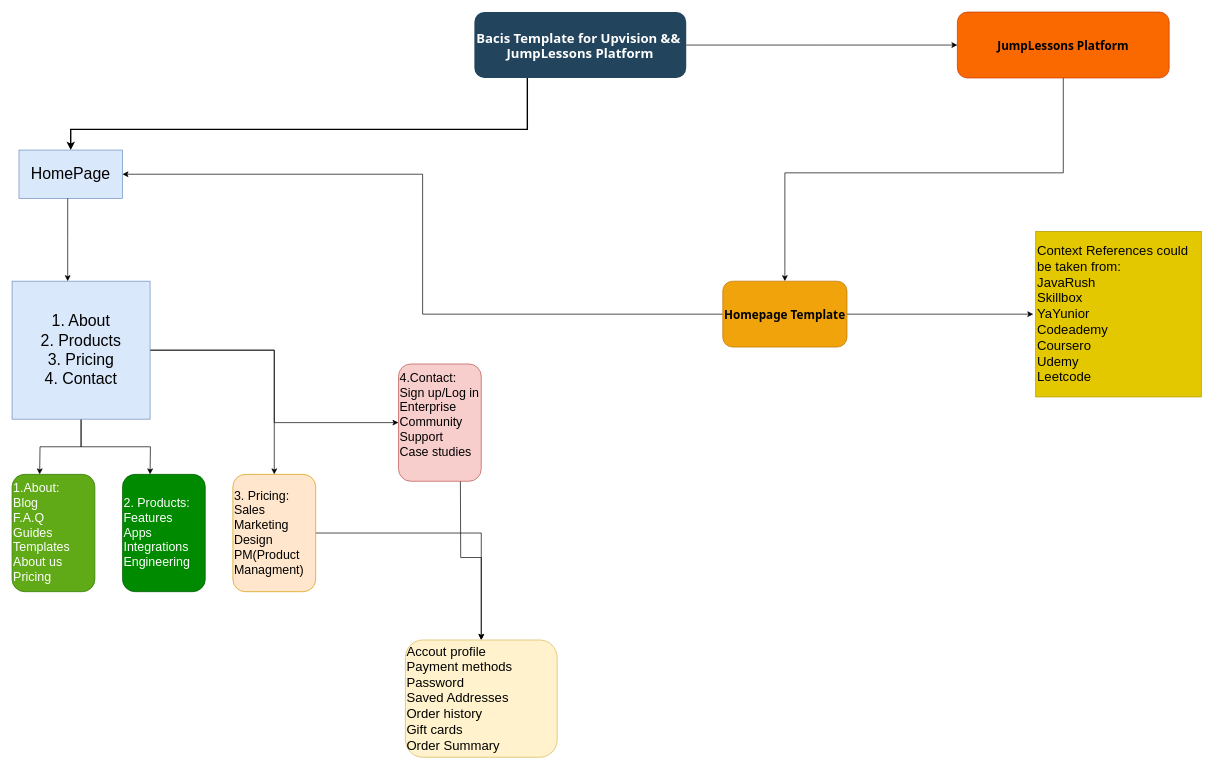
This is Диаграмма без названия.drawio from ShangdiDeHuahey/nevermore, a draw.io file, before an edit. Source tidied: cells renumbered, new cells numbered last; positions are measured from the earlier drawing's top-left corner, leaving out a move shared by most shapes. Both pictures are drawn from the tidied source at 69%, with x=0, y=0 at pixel (12, 12).
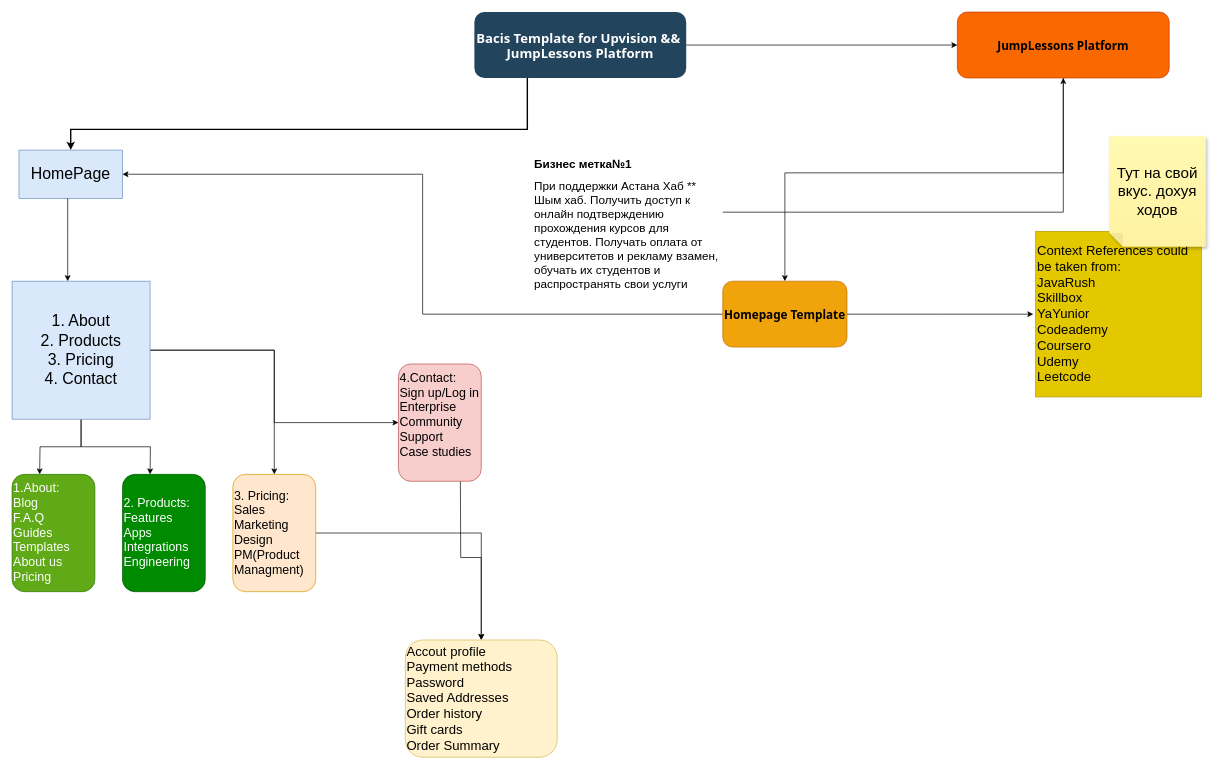
After the change.

The change refers to these unchanged cells:
```xml
<mxCell id="20" value="JumpLessons Platform" style="rounded=1;fillColor=#fa6800;strokeColor=#C73500;fontColor=#000000;fontStyle=1;fontFamily=Tahoma;fontSize=17;" parent="1" vertex="1">
  <mxGeometry x="1370" width="307" height="95.5" as="geometry" />
</mxCell>
```

The edit, as a diff of the source:
```diff
@@
+    <mxCell id="25" value="&lt;font style=&quot;font-size: 22px;&quot;&gt;Тут на свой вкус. дохуя ходов&lt;/font&gt;" style="shape=note;whiteSpace=wrap;html=1;backgroundOutline=1;fontColor=#000000;darkOpacity=0.05;fillColor=#FFF9B2;strokeColor=none;fillStyle=solid;direction=west;gradientDirection=north;gradientColor=#FFF2A1;shadow=1;size=20;" parent="1" vertex="1">
+      <mxGeometry x="1590" y="180" width="140" height="160" as="geometry" />
+    </mxCell>
+    <mxCell id="26" style="edgeStyle=orthogonalEdgeStyle;rounded=0;jettySize=auto;html=1;entryX=0.5;entryY=1;entryDx=0;entryDy=0;" parent="1" edge="1" source="27" target="20">
+      <mxGeometry relative="1" as="geometry">
+        <Array as="points">
+          <mxPoint x="1524" y="290" />
+        </Array>
+      </mxGeometry>
+    </mxCell>
+    <mxCell id="27" value="&lt;h1 style=&quot;font-size: 17px;&quot;&gt;&lt;font style=&quot;font-size: 17px;&quot;&gt;Бизнес метка№1&lt;/font&gt;&lt;/h1&gt;&lt;div style=&quot;font-size: 17px;&quot;&gt;&lt;font style=&quot;font-size: 17px;&quot;&gt;При поддержки Астана Хаб ** Шым хаб. Получить доступ к онлайн подтверждению прохождения курсов для студентов. Получать оплата от университетов и рекламу взамен, обучать их студентов и распространять свои услуги&lt;/font&gt;&lt;/div&gt;" style="text;html=1;strokeColor=none;fillColor=none;spacing=5;spacingTop=-20;whiteSpace=wrap;overflow=hidden;rounded=0;" parent="1" vertex="1">
+      <mxGeometry x="752" y="210" width="278" height="220" as="geometry" />
+    </mxCell>
```
